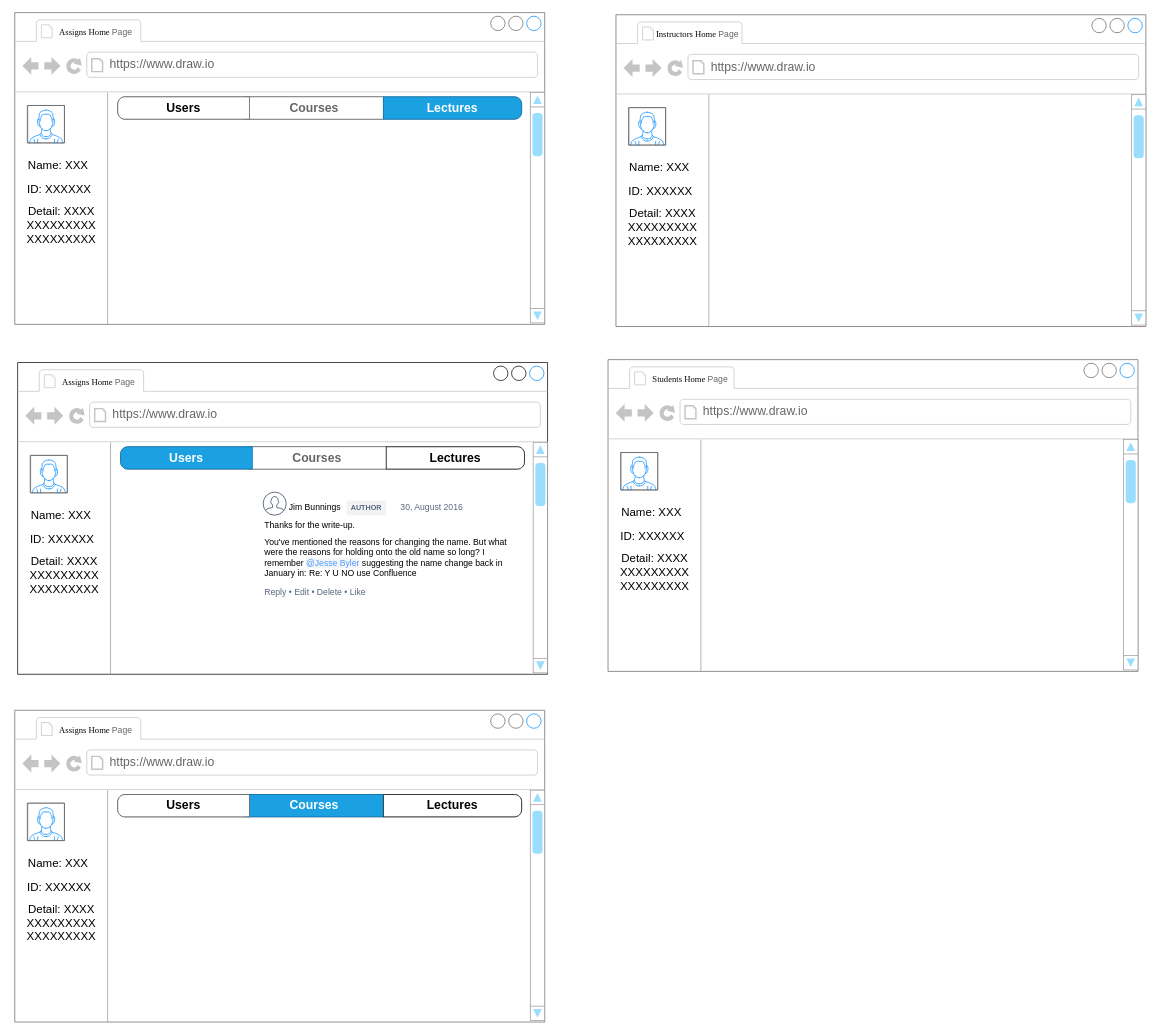
Before: CW1-Assigns.drawio in Echo-xin/Echo-xin, a draw.io diagram. Source tidied: cells renumbered, new cells numbered last; positions are measured from the earlier drawing's top-left corner, leaving out a move shared by most shapes. Both pictures are drawn from the tidied source at 72%, with x=0, y=0 at pixel (14, 12).
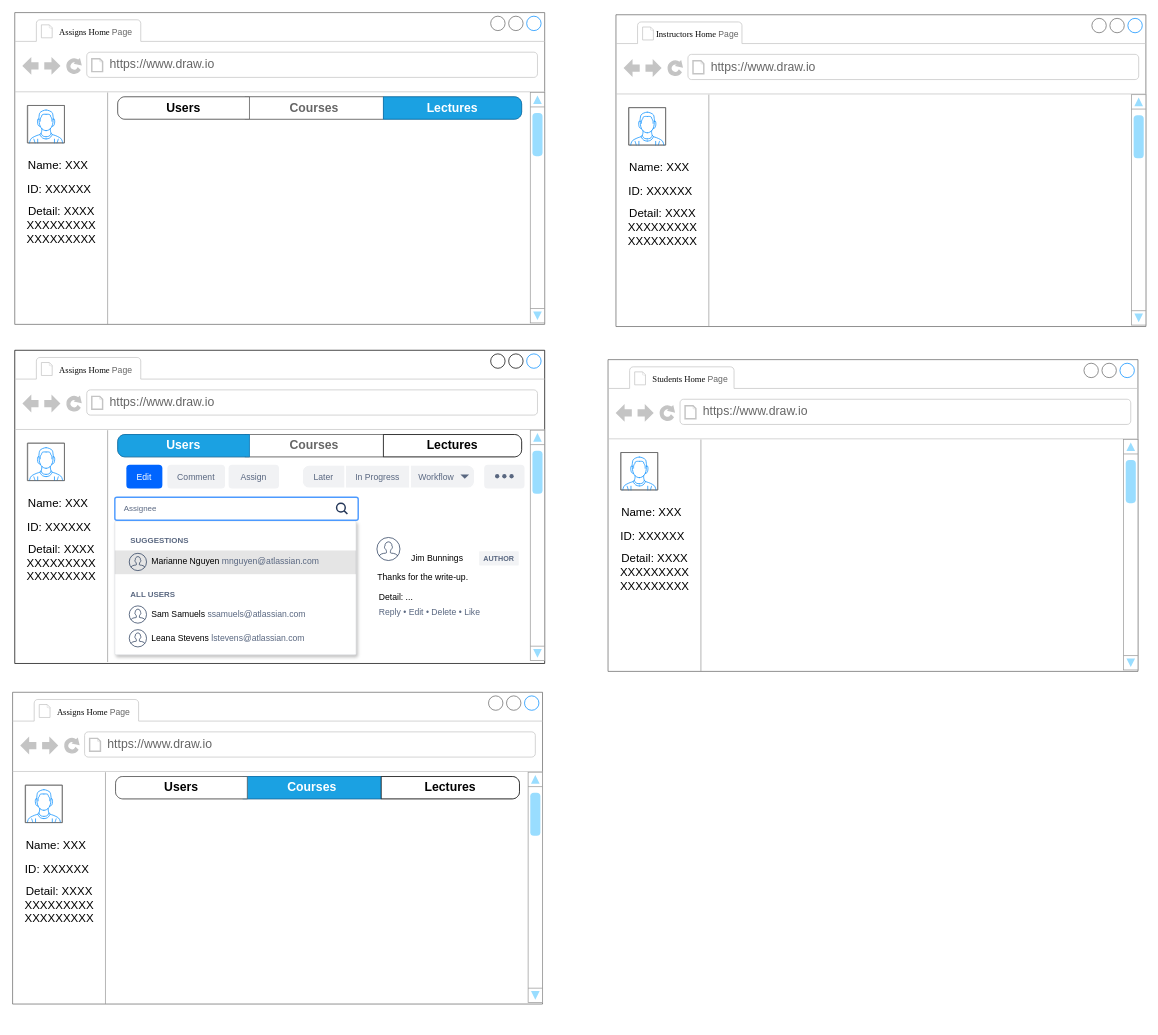
The same page after the edit.

Diff of the diagram source:
```diff
@@
     <mxCell id="33" style="strokeWidth=1;shadow=0;dashed=0;align=center;html=1;shape=mxgraph.mockup.containers.browserWindow;rSize=0;strokeColor2=#008cff;strokeColor3=#c4c4c4;mainText=,;" parent="1" vertex="1">
-      <mxGeometry x="4" y="486" width="736" height="433" as="geometry" />
+      <mxGeometry y="469" width="736" height="435" as="geometry" />
     </mxCell>
@@
     <mxCell id="46" style="shape=mxgraph.ios7.icons.user;fillColor=#ffffff;strokeColor=#253858;" parent="33" vertex="1">
-      <mxGeometry x="341" y="180" width="32" height="32" as="geometry" />
+      <mxGeometry x="503" y="260" width="32" height="32" as="geometry" />
     </mxCell>
     <mxCell id="47" value="Jim Bunnings" style="html=1;fillColor=none;strokeColor=none;fontSize=12;align=left;fontColor=#000000;whiteSpace=wrap;" parent="33" vertex="1">
-      <mxGeometry x="375" y="192" width="90" height="20" as="geometry" />
+      <mxGeometry x="549" y="279" width="90" height="20" as="geometry" />
     </mxCell>
     <mxCell id="48" value="AUTHOR" style="rounded=1;arcSize=5;fillColor=#F2F3F5;strokeColor=none;fontColor=#596780;align=center;verticalAlign=middle;whiteSpace=wrap;fontSize=10;fontStyle=1;html=1;" parent="33" vertex="1">
-      <mxGeometry x="457" y="192" width="55" height="20" as="geometry" />
+      <mxGeometry x="645" y="279" width="55" height="20" as="geometry" />
     </mxCell>
-    <mxCell id="49" value="30, August 2016" style="html=1;fillColor=none;strokeColor=none;fontSize=12;align=left;fontColor=#596780;whiteSpace=wrap;" parent="33" vertex="1">
-      <mxGeometry x="530" y="192" width="110" height="20" as="geometry" />
-    </mxCell>
     <mxCell id="50" value="Thanks for the write-up." style="html=1;fillColor=none;strokeColor=none;fontSize=12;align=left;fontColor=#000000;whiteSpace=wrap;" parent="33" vertex="1">
-      <mxGeometry x="341" y="216" width="240" height="20" as="geometry" />
+      <mxGeometry x="502" y="306" width="240" height="20" as="geometry" />
     </mxCell>
-    <mxCell id="51" value="You&amp;apos;ve mentioned the reasons for changing the name. But what were the reasons for holding onto the old name so long? I remember &lt;font color=&quot;#4c9aff&quot; style=&quot;background-color: rgb(244 , 245 , 247)&quot;&gt;@Jesse Byler&lt;/font&gt; suggesting the name change back in January in: Re: Y U NO use Confluence" style="html=1;fillColor=none;strokeColor=none;fontSize=12;align=left;fontColor=#000000;whiteSpace=wrap;verticalAlign=top;" parent="33" vertex="1">
-      <mxGeometry x="341" y="236" width="358" height="55" as="geometry" />
+    <mxCell id="51" value="Detail: ..." style="html=1;fillColor=none;strokeColor=none;fontSize=12;align=left;fontColor=#000000;whiteSpace=wrap;verticalAlign=top;" parent="33" vertex="1">
+      <mxGeometry x="504" y="329" width="322" height="70" as="geometry" />
     </mxCell>
     <mxCell id="52" value="Reply &amp;#8226; Edit &amp;#8226; Delete &amp;#8226; Like" style="html=1;fillColor=none;strokeColor=none;fontSize=12;align=left;fontColor=#596780;whiteSpace=wrap;" parent="33" vertex="1">
-      <mxGeometry x="341" y="309" width="240" height="20" as="geometry" />
+      <mxGeometry x="504" y="354" width="240" height="20" as="geometry" />
     </mxCell>
@@
+    <mxCell id="67" style="rounded=1;fillColor=#F1F2F4;align=center;strokeColor=none;html=1;fontColor=#596780;fontSize=12;" parent="33" vertex="1">
+      <mxGeometry x="652" y="159" width="56" height="33" as="geometry" />
+    </mxCell>
+    <mxCell id="68" style="shape=ellipse;fillColor=#596780;strokeColor=none;html=1;" parent="67" vertex="1">
+      <mxGeometry x="15" y="13" width="6" height="6" as="geometry" />
+    </mxCell>
+    <mxCell id="69" style="shape=ellipse;fillColor=#596780;strokeColor=none;html=1;" parent="67" vertex="1">
+      <mxGeometry x="25" y="13" width="6" height="6" as="geometry" />
+    </mxCell>
+    <mxCell id="70" style="shape=ellipse;fillColor=#596780;strokeColor=none;html=1;" parent="67" vertex="1">
+      <mxGeometry x="35" y="13" width="6" height="6" as="geometry" />
+    </mxCell>
+    <mxCell id="71" style="strokeWidth=1;shadow=0;dashed=0;align=center;html=1;shape=mxgraph.mockup.rrect;rSize=10;fillColor=#F1F2F4;strokeColor=#ffffff;strokeWidth=2;" parent="33" vertex="1">
+      <mxGeometry x="399" y="159" width="240" height="33" as="geometry" />
+    </mxCell>
+    <mxCell id="72" value="In Progress" style="strokeWidth=1;shadow=0;dashed=0;align=center;html=1;shape=mxgraph.mockup.rrect;rSize=0;fontSize=12;fontColor=#596780;fontStyle=0;fillColor=none;strokeColor=#ffffff;strokeWidth=2;whiteSpace=wrap;" parent="71" vertex="1">
+      <mxGeometry width="90" height="33" relative="1" as="geometry">
+        <mxPoint x="60" as="offset" />
+      </mxGeometry>
+    </mxCell>
+    <mxCell id="73" value="Workflow" style="strokeWidth=1;shadow=0;dashed=0;align=left;html=1;shape=mxgraph.mockup.rightButton;rSize=10;fontSize=12;fontColor=#596780;fontStyle=0;fillColor=none;strokeColor=#ffffff;strokeWidth=2;spacingLeft=10;whiteSpace=wrap;" parent="71" vertex="1">
+      <mxGeometry x="1" width="90" height="33" relative="1" as="geometry">
+        <mxPoint x="-90" as="offset" />
+      </mxGeometry>
+    </mxCell>
+    <mxCell id="74" style="shape=triangle;direction=south;fillColor=#596780;strokeColor=none;html=1;" parent="73" vertex="1">
+      <mxGeometry x="1" y="0.5" width="12" height="6" relative="1" as="geometry">
+        <mxPoint x="-20" y="-3" as="offset" />
+      </mxGeometry>
+    </mxCell>
+    <mxCell id="75" value="Later" style="strokeWidth=1;shadow=0;dashed=0;align=center;html=1;shape=mxgraph.mockup.leftButton;rSize=10;fontSize=12;fontColor=#596780;fontStyle=0;fillColor=none;strokeColor=#ffffff;strokeWidth=2;whiteSpace=wrap;" parent="71" vertex="1">
+      <mxGeometry width="60" height="33" relative="1" as="geometry" />
+    </mxCell>
+    <mxCell id="76" value="Assign" style="rounded=1;fillColor=#F1F2F4;align=center;strokeColor=none;html=1;fontColor=#596780;fontSize=12;whiteSpace=wrap;" parent="33" vertex="1">
+      <mxGeometry x="297" y="159" width="70" height="33" as="geometry" />
+    </mxCell>
+    <mxCell id="77" value="Comment" style="rounded=1;fillColor=#F1F2F4;align=center;strokeColor=none;html=1;fontColor=#596780;fontSize=12;whiteSpace=wrap;" parent="33" vertex="1">
+      <mxGeometry x="212" y="159" width="80" height="33" as="geometry" />
+    </mxCell>
+    <mxCell id="78" value="Edit" style="rounded=1;fillColor=#0065FF;align=center;strokeColor=none;html=1;fontColor=#ffffff;fontSize=12;whiteSpace=wrap;" parent="33" vertex="1">
+      <mxGeometry x="155" y="159" width="50" height="33" as="geometry" />
+    </mxCell>
+    <mxCell id="79" style="rounded=1;fillColor=#ffffff;strokeColor=#DFE1E5;shadow=1;arcSize=1;" parent="33" vertex="1">
+      <mxGeometry x="139" y="237" width="335" height="186" as="geometry" />
+    </mxCell>
+    <mxCell id="80" value="SUGGESTIONS" style="fillColor=none;strokeColor=none;html=1;align=left;spacingLeft=20;fontSize=11;fontStyle=1;fontColor=#596780;" parent="79" vertex="1">
+      <mxGeometry width="266.03" height="33" relative="1" as="geometry">
+        <mxPoint y="10" as="offset" />
+      </mxGeometry>
+    </mxCell>
+    <mxCell id="81" style="rounded=0;fillColor=#000000;strokeColor=none;html=1;opacity=10;" parent="79" vertex="1">
+      <mxGeometry width="335" height="33" relative="1" as="geometry">
+        <mxPoint y="41" as="offset" />
+      </mxGeometry>
+    </mxCell>
+    <mxCell id="82" value="Marianne Nguyen &lt;font color=&quot;#596780&quot;&gt;mnguyen@atlassian.com&lt;/font&gt;" style="shape=mxgraph.ios7.icons.user;fillColor=none;strokeColor=#253858;html=1;align=left;fontSize=12;spacingLeft=5;labelPosition=right;verticalLabelPosition=middle;verticalAlign=middle;" parent="79" vertex="1">
+      <mxGeometry width="24" height="24" relative="1" as="geometry">
+        <mxPoint x="20" y="45" as="offset" />
+      </mxGeometry>
+    </mxCell>
+    <mxCell id="83" value="ALL USERS" style="fillColor=none;strokeColor=none;html=1;align=left;spacingLeft=20;fontSize=11;fontStyle=1;fontColor=#596780;" parent="79" vertex="1">
+      <mxGeometry width="266.03" height="33" relative="1" as="geometry">
+        <mxPoint y="85" as="offset" />
+      </mxGeometry>
+    </mxCell>
+    <mxCell id="84" value="Sam Samuels &lt;font color=&quot;#596780&quot;&gt;ssamuels@atlassian.com&lt;/font&gt;" style="shape=mxgraph.ios7.icons.user;fillColor=none;strokeColor=#253858;html=1;align=left;fontSize=12;spacingLeft=5;labelPosition=right;verticalLabelPosition=middle;verticalAlign=middle;" parent="79" vertex="1">
+      <mxGeometry width="24" height="24" relative="1" as="geometry">
+        <mxPoint x="20" y="118" as="offset" />
+      </mxGeometry>
+    </mxCell>
+    <mxCell id="85" value="Leana Stevens &lt;font color=&quot;#596780&quot;&gt;lstevens@atlassian.com&lt;/font&gt;" style="shape=mxgraph.ios7.icons.user;fillColor=none;strokeColor=#253858;html=1;align=left;fontSize=12;spacingLeft=5;labelPosition=right;verticalLabelPosition=middle;verticalAlign=middle;" parent="79" vertex="1">
+      <mxGeometry width="24" height="24" relative="1" as="geometry">
+        <mxPoint x="20" y="151" as="offset" />
+      </mxGeometry>
+    </mxCell>
+    <mxCell id="86" style="rounded=1;arcSize=9;fillColor=#ffffff;strokeColor=#4C9AFF;html=1;strokeWidth=2;spacingLeft=30;fontColor=#000000;align=left;" parent="33" vertex="1">
+      <mxGeometry x="139" y="204" width="338" height="32" as="geometry" />
+    </mxCell>
+    <mxCell id="87" style="shape=mxgraph.ios7.icons.looking_glass;fillColor=none;strokeColor=#243759;html=1;strokeWidth=2;" parent="86" vertex="1">
+      <mxGeometry x="1" y="0.5" width="15" height="15" relative="1" as="geometry">
+        <mxPoint x="-30" y="-7.5" as="offset" />
+      </mxGeometry>
+    </mxCell>
+    <mxCell id="88" value="Assignee" style="html=1;fillColor=none;strokeColor=none;fontSize=11;align=left;fontColor=#596780;whiteSpace=wrap;" parent="86" vertex="1">
+      <mxGeometry x="11" y="6" width="150" height="20" as="geometry" />
+    </mxCell>
     <mxCell id="54" style="strokeWidth=1;shadow=0;dashed=0;align=center;html=1;shape=mxgraph.mockup.containers.browserWindow;rSize=0;strokeColor=#666666;strokeColor2=#008cff;strokeColor3=#c4c4c4;mainText=,;" parent="1" vertex="1">
-      <mxGeometry y="969" width="736" height="433" as="geometry" />
+      <mxGeometry x="-3" y="944" width="736" height="433" as="geometry" />
     </mxCell>
```
